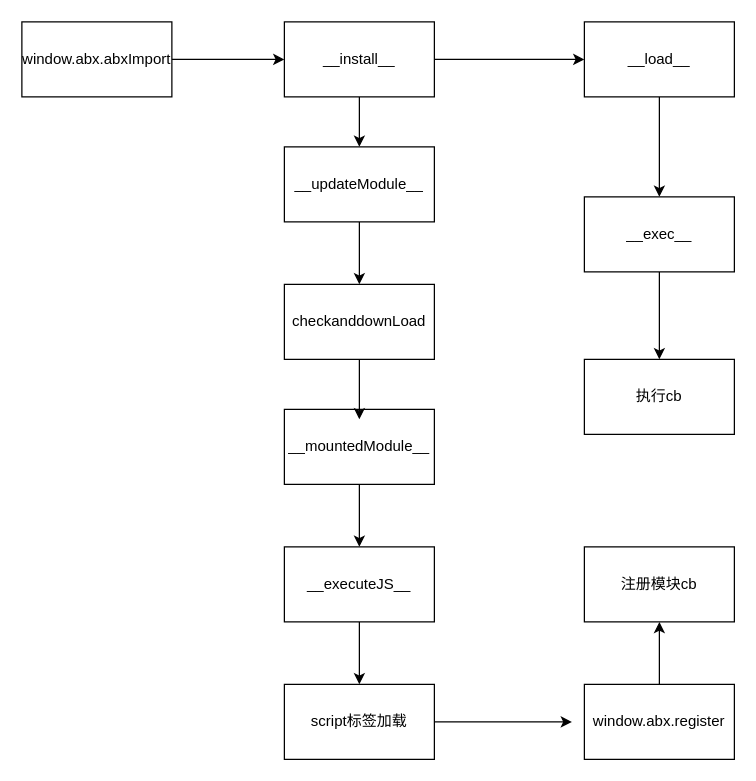
Before: 未命名绘图.drawio in xhfLittleTree/imageHost, a draw.io diagram. Source tidied: cells renumbered, new cells numbered last; positions are measured from the earlier drawing's top-left corner, leaving out a move shared by most shapes. Both pictures are drawn from the tidied source at 125%, with x=0, y=0 at pixel (21, 21).
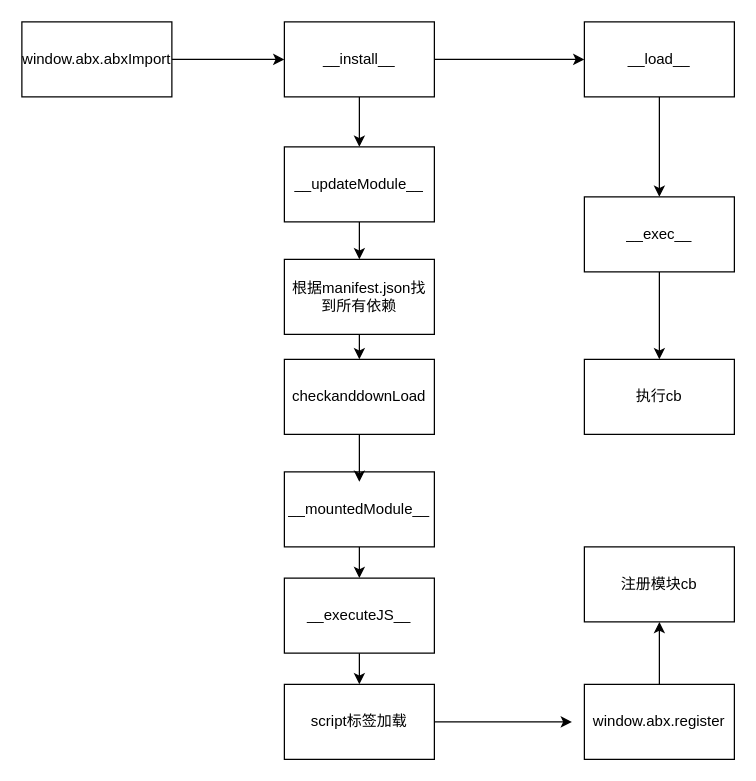
After the change.

Unchanged cells that the change refers to:
```xml
<mxCell id="14" value="__updateModule__" style="rounded=0;whiteSpace=wrap;html=1;" parent="1" vertex="1">
  <mxGeometry x="210" y="100" width="120" height="60" as="geometry" />
</mxCell>
```

What changed in the source:
```diff
@@
     <mxCell id="9" value="checkanddownLoad" style="rounded=0;whiteSpace=wrap;html=1;" parent="1" vertex="1">
-      <mxGeometry x="210" y="210" width="120" height="60" as="geometry" />
+      <mxGeometry x="210" y="270" width="120" height="60" as="geometry" />
     </mxCell>
@@
-    <mxCell id="13" style="edgeStyle=orthogonalEdgeStyle;rounded=0;jettySize=auto;html=1;exitX=0.5;exitY=1;exitDx=0;exitDy=0;" parent="1" edge="1" source="14" target="9">
-      <mxGeometry relative="1" as="geometry" />
-    </mxCell>
+    <mxCell id="26" style="edgeStyle=orthogonalEdgeStyle;rounded=0;jettySize=auto;html=1;exitX=0.5;exitY=1;exitDx=0;exitDy=0;entryX=0.5;entryY=0;entryDx=0;entryDy=0;" parent="1" edge="1" source="14" target="28">
+      <mxGeometry relative="1" as="geometry" />
+    </mxCell>
@@
     <mxCell id="16" value="__mountedModule__" style="rounded=0;whiteSpace=wrap;html=1;" parent="1" vertex="1">
-      <mxGeometry x="210" y="310" width="120" height="60" as="geometry" />
+      <mxGeometry x="210" y="360" width="120" height="60" as="geometry" />
     </mxCell>
@@
     <mxCell id="20" value="__executeJS__" style="rounded=0;whiteSpace=wrap;html=1;" parent="1" vertex="1">
-      <mxGeometry x="210" y="420" width="120" height="60" as="geometry" />
+      <mxGeometry x="210" y="445" width="120" height="60" as="geometry" />
     </mxCell>
@@
+    <mxCell id="27" style="edgeStyle=orthogonalEdgeStyle;rounded=0;jettySize=auto;html=1;exitX=0.5;exitY=1;exitDx=0;exitDy=0;entryX=0.5;entryY=0;entryDx=0;entryDy=0;" parent="1" edge="1" source="28" target="9">
+      <mxGeometry relative="1" as="geometry" />
+    </mxCell>
+    <mxCell id="28" value="根据manifest.json找到所有依赖" style="rounded=0;whiteSpace=wrap;html=1;" parent="1" vertex="1">
+      <mxGeometry x="210" y="190" width="120" height="60" as="geometry" />
+    </mxCell>
```
